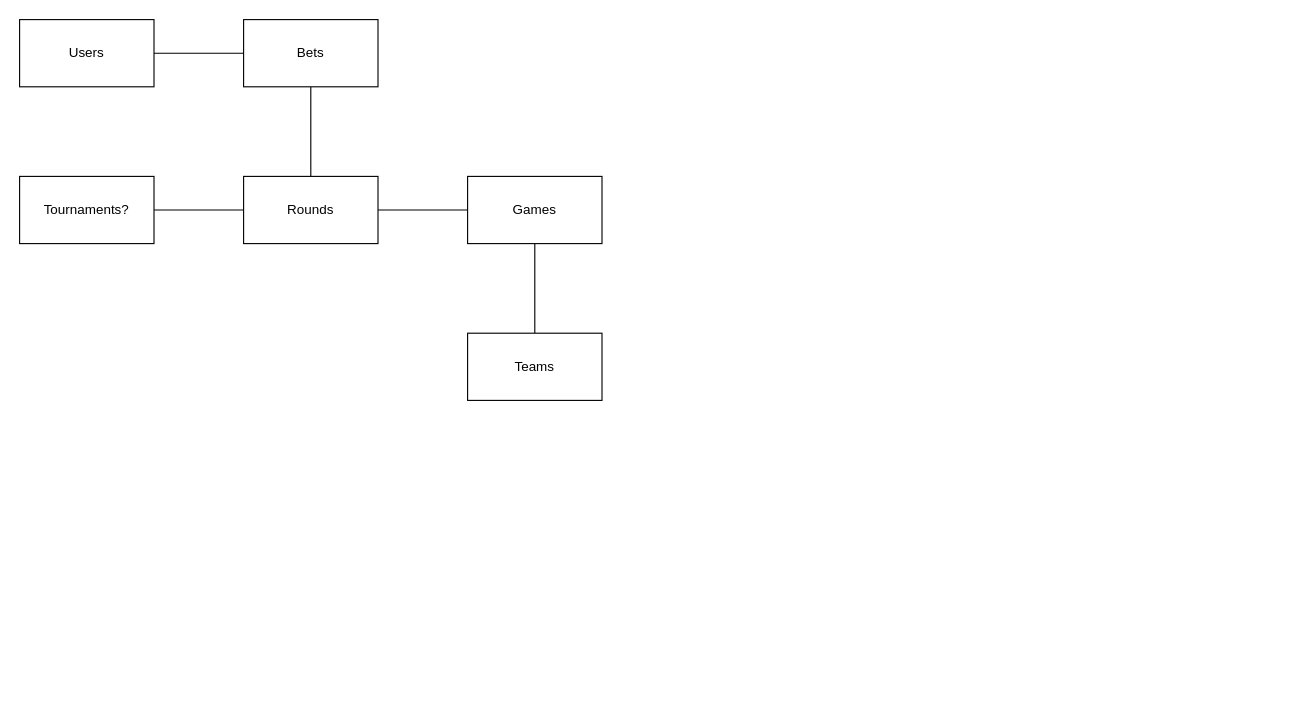
msc-dtss/super6assignment keeps this draw.io diagram as docs/images/architecture.drawio. Above is the earlier version. Source tidied: cells renumbered, new cells numbered last; positions are measured from the earlier drawing's top-left corner, leaving out a move shared by most shapes. Both pictures are drawn from the tidied source at 112%, with x=0, y=0 at pixel (19, 19).
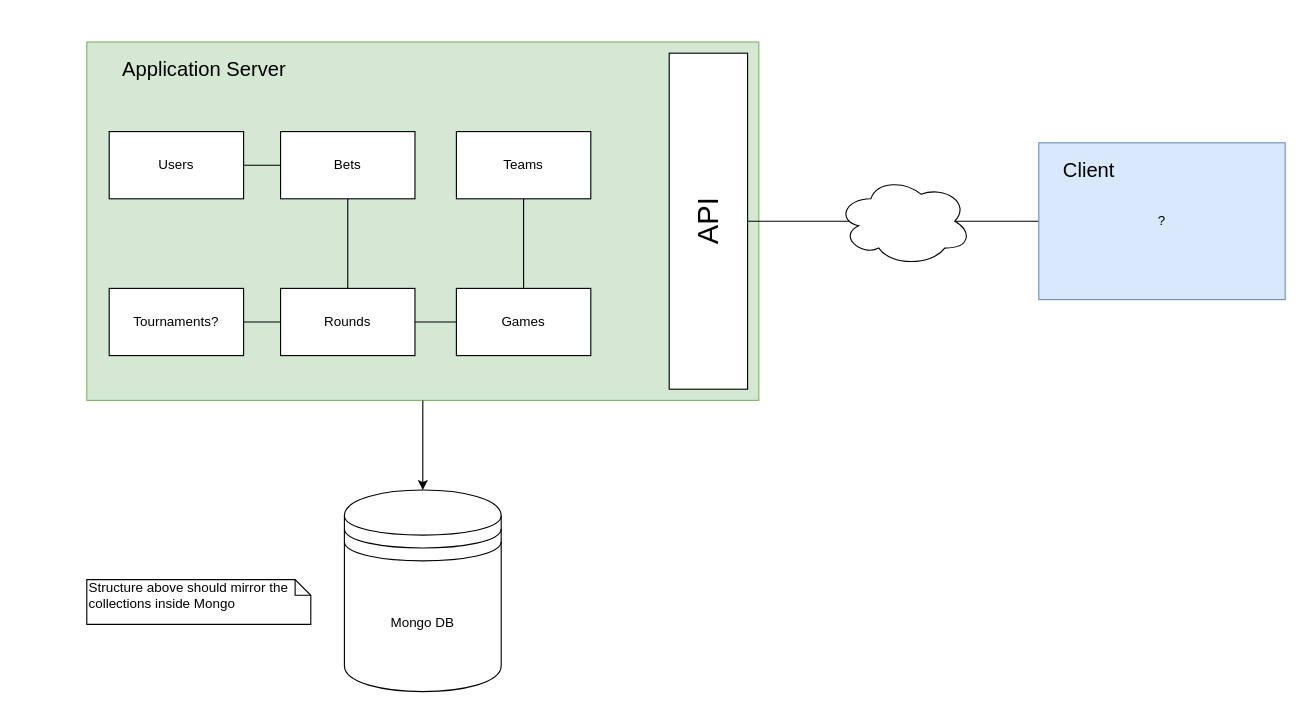
The same page after the edit.

Commit message:
Something like this?

The edit, as a diff of the source:
```diff
@@
+    <mxCell id="13" style="group;" parent="1" vertex="1">
+      <mxGeometry x="60" y="20" width="600" height="320" as="geometry" />
+    </mxCell>
+    <mxCell id="14" style="rounded=0;whiteSpace=wrap;html=1;fillColor=#d5e8d4;strokeColor=#82b366;" parent="13" vertex="1">
+      <mxGeometry width="600" height="320" as="geometry" />
+    </mxCell>
+    <mxCell id="15" value="&lt;font style=&quot;font-size: 18px&quot;&gt;Application Server&lt;/font&gt;" style="text;html=1;strokeColor=none;fillColor=none;align=center;verticalAlign=middle;whiteSpace=wrap;rounded=0;" parent="13" vertex="1">
+      <mxGeometry width="210" height="50" as="geometry" />
+    </mxCell>
+    <mxCell id="16" style="edgeStyle=orthogonalEdgeStyle;rounded=0;jettySize=auto;html=1;entryX=0.5;entryY=0;entryDx=0;entryDy=0;" parent="1" edge="1" source="14" target="18">
+      <mxGeometry relative="1" as="geometry" />
+    </mxCell>
@@
     <mxCell id="3" value="Users" style="rounded=0;whiteSpace=wrap;html=1;" parent="1" vertex="1">
-      <mxGeometry width="120" height="60" as="geometry" />
+      <mxGeometry x="80" y="100" width="120" height="60" as="geometry" />
     </mxCell>
@@
     <mxCell id="5" value="Bets" style="rounded=0;whiteSpace=wrap;html=1;" parent="1" vertex="1">
-      <mxGeometry x="200" width="120" height="60" as="geometry" />
+      <mxGeometry x="233" y="100" width="120" height="60" as="geometry" />
     </mxCell>
@@
     <mxCell id="8" value="Rounds" style="rounded=0;whiteSpace=wrap;html=1;" parent="1" vertex="1">
-      <mxGeometry x="200" y="140" width="120" height="60" as="geometry" />
+      <mxGeometry x="233" y="240" width="120" height="60" as="geometry" />
     </mxCell>
-    <mxCell id="9" style="edgeStyle=orthogonalEdgeStyle;rounded=0;jettySize=auto;html=1;endArrow=none;endFill=0;" parent="1" edge="1" source="10" target="11">
-      <mxGeometry relative="1" as="geometry" />
-    </mxCell>
     <mxCell id="10" value="Games" style="rounded=0;whiteSpace=wrap;html=1;" parent="1" vertex="1">
-      <mxGeometry x="400" y="140" width="120" height="60" as="geometry" />
+      <mxGeometry x="390" y="240" width="120" height="60" as="geometry" />
     </mxCell>
+    <mxCell id="17" style="edgeStyle=orthogonalEdgeStyle;rounded=0;jettySize=auto;html=1;exitX=0.5;exitY=1;exitDx=0;exitDy=0;endArrow=none;endFill=0;" parent="1" edge="1" source="11" target="10">
+      <mxGeometry relative="1" as="geometry" />
+    </mxCell>
     <mxCell id="11" value="Teams" style="rounded=0;whiteSpace=wrap;html=1;" parent="1" vertex="1">
-      <mxGeometry x="400" y="280" width="120" height="60" as="geometry" />
+      <mxGeometry x="390" y="100" width="120" height="60" as="geometry" />
     </mxCell>
     <mxCell id="12" value="Tournaments?" style="rounded=0;whiteSpace=wrap;html=1;" parent="1" vertex="1">
-      <mxGeometry y="140" width="120" height="60" as="geometry" />
+      <mxGeometry x="80" y="240" width="120" height="60" as="geometry" />
     </mxCell>
+    <mxCell id="18" value="Mongo DB" style="shape=datastore;whiteSpace=wrap;html=1;" parent="1" vertex="1">
+      <mxGeometry x="290" y="420" width="140" height="180" as="geometry" />
+    </mxCell>
+    <mxCell id="19" value="Structure above should mirror the collections inside Mongo" style="shape=note;whiteSpace=wrap;html=1;size=14;verticalAlign=top;align=left;spacingTop=-6;" parent="1" vertex="1">
+      <mxGeometry x="60" y="500" width="200" height="40" as="geometry" />
+    </mxCell>
+    <mxCell id="20" style="edgeStyle=orthogonalEdgeStyle;rounded=0;jettySize=auto;html=1;exitX=1;exitY=0.5;exitDx=0;exitDy=0;entryX=0;entryY=0.5;entryDx=0;entryDy=0;endArrow=none;endFill=0;fontSize=26;" parent="1" edge="1" source="21" target="23">
+      <mxGeometry relative="1" as="geometry" />
+    </mxCell>
+    <mxCell id="21" value="API" style="rounded=0;whiteSpace=wrap;html=1;horizontal=0;fontSize=26;" parent="1" vertex="1">
+      <mxGeometry x="580" y="30" width="70" height="300" as="geometry" />
+    </mxCell>
+    <mxCell id="22" style="group;" parent="1" vertex="1">
+      <mxGeometry x="910" y="110" width="220" height="140" as="geometry" />
+    </mxCell>
+    <mxCell id="23" value="?" style="rounded=0;whiteSpace=wrap;html=1;fillColor=#dae8fc;strokeColor=#6c8ebf;" parent="22" vertex="1">
+      <mxGeometry width="220" height="140" as="geometry" />
+    </mxCell>
+    <mxCell id="24" value="&lt;font style=&quot;font-size: 18px&quot;&gt;Client&lt;/font&gt;" style="text;html=1;strokeColor=none;fillColor=none;align=center;verticalAlign=middle;whiteSpace=wrap;rounded=0;" parent="22" vertex="1">
+      <mxGeometry width="90" height="50" as="geometry" />
+    </mxCell>
+    <mxCell id="25" style="ellipse;shape=cloud;whiteSpace=wrap;html=1;fontSize=26;" parent="1" vertex="1">
+      <mxGeometry x="730" y="140" width="120" height="80" as="geometry" />
+    </mxCell>
```
